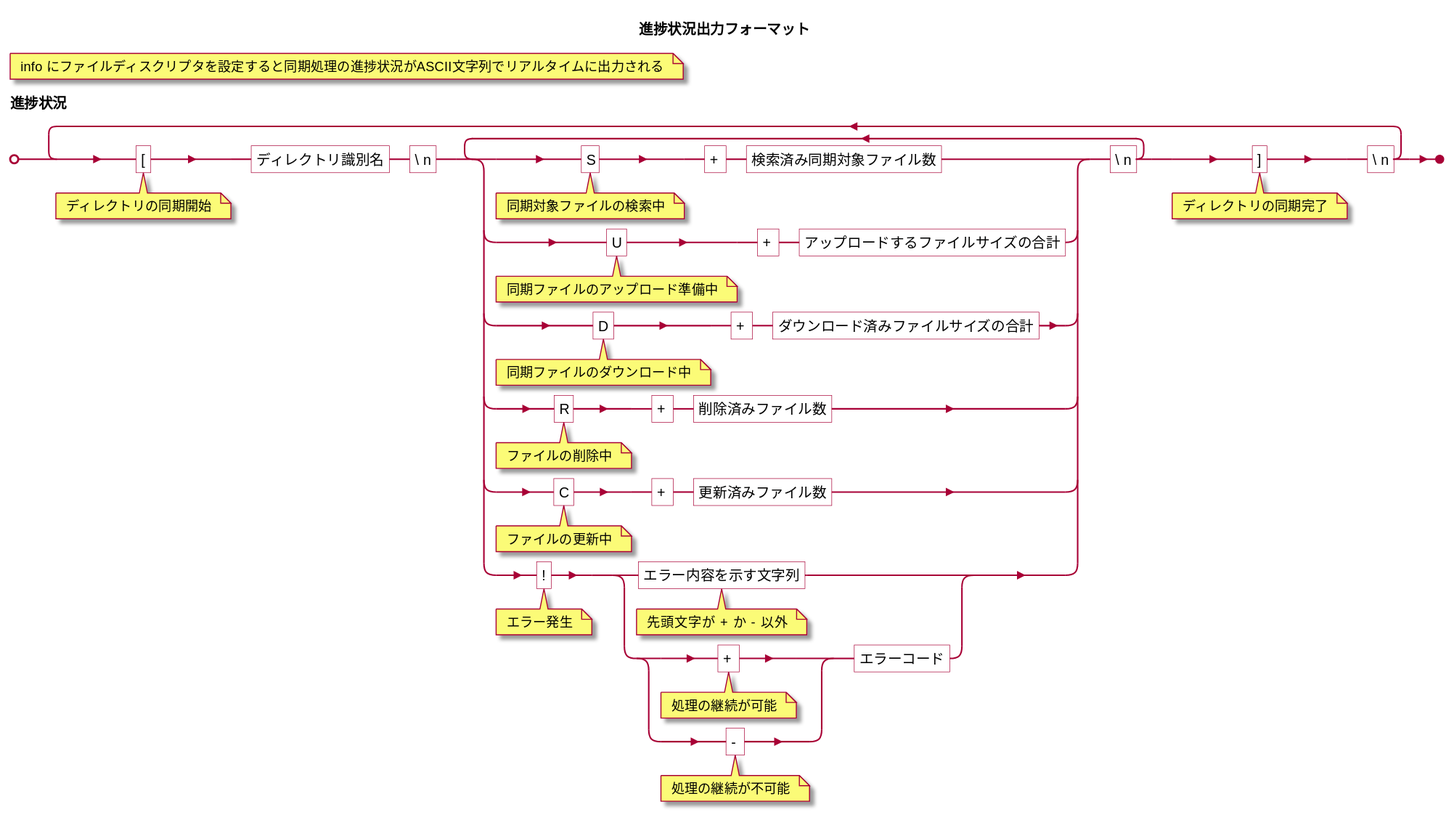
Above: doc/psyncInfo.svg in kobayasy/pSync (PlantUML), before the change.
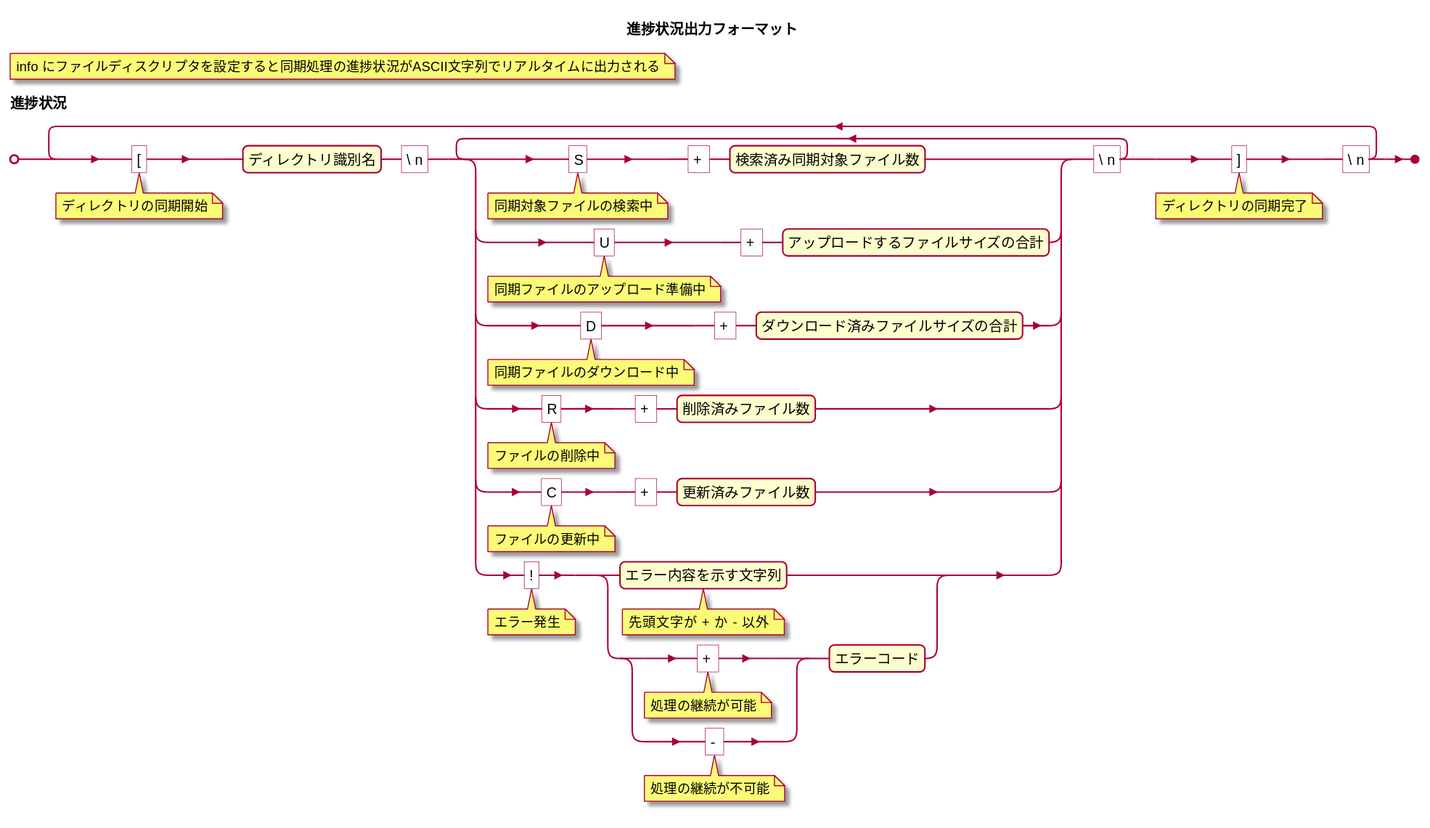
The same diagram one commit later.

Change to the diagram source:
```diff
@@ -2,7 +2,7 @@
 skin rose
 title 進捗状況出力フォーマット
 
-(* info にファイルディスクリプタを設定すると同期処理の進捗状況がASCII文字列でリアルタイムに出力される *)
-進捗状況={"["(* ディレクトリの同期開始 *),"ディレクトリ識別名","\n",{("S"(* 同期対象ファイルの検索中 *),"+","検索済み同期対象ファイル数"|"U"(* 同期ファイルのアップロード準備中 *),"+","アップロードするファイルサイズの合計"|"D"(* 同期ファイルのダウンロード中 *),"+","ダウンロード済みファイルサイズの合計"|"R"(* ファイルの削除中 *),"+","削除済みファイル数"|"C"(* ファイルの更新中 *),"+","更新済みファイル数"|"!"(* エラー発生 *),("エラー内容を示す文字列"(* 先頭文字が + か - 以外 *)|((("+"(* 処理の継続が可能 *)|"-"(* 処理の継続が不可能 *))),"エラーコード"))),"\n"}-,"]"(* ディレクトリの同期完了 *),"\n"}-;
+(*info にファイルディスクリプタを設定すると同期処理の進捗状況がASCII文字列でリアルタイムに出力される*)
+進捗状況={"["(*ディレクトリの同期開始*),ディレクトリ識別名,"\n",{("S"(*同期対象ファイルの検索中*),"+",検索済み同期対象ファイル数|"U"(*同期ファイルのアップロード準備中*),"+",アップロードするファイルサイズの合計|"D"(*同期ファイルのダウンロード中*),"+",ダウンロード済みファイルサイズの合計|"R"(*ファイルの削除中*),"+",削除済みファイル数|"C"(*ファイルの更新中*),"+",更新済みファイル数|"!"(*エラー発生*),(エラー内容を示す文字列(*先頭文字が + か - 以外*)|((("+"(*処理の継続が可能*)|"-"(*処理の継続が不可能*))),エラーコード))),"\n"}-,"]"(*ディレクトリの同期完了*),"\n"}-;
 
 @endebnf
```
